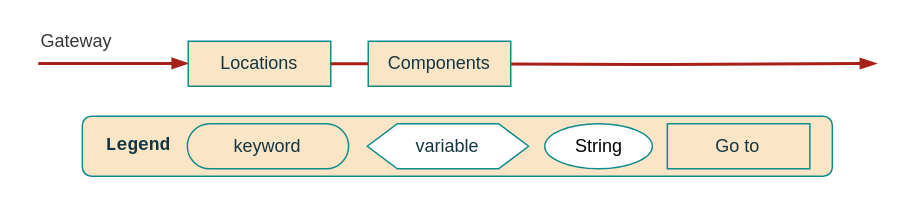
MrDahaniel/StarDuck keeps this draw.io diagram as 3. Proyecto/metamodel/Railroad Base.drawio. Above is the earlier version. Source tidied: cells renumbered, new cells numbered last; positions are measured from the earlier drawing's top-left corner, leaving out a move shared by most shapes. Both pictures are drawn from the tidied source at 150%, with x=0, y=0 at pixel (38, 26).
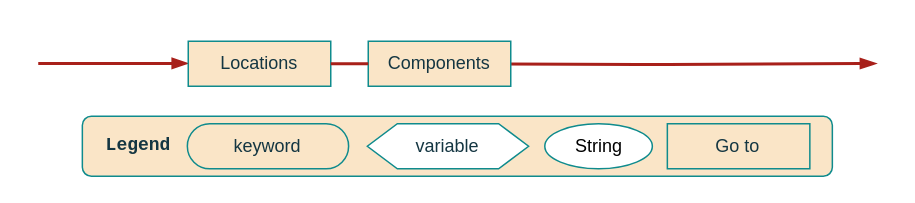
The same page after the edit.

The edit, as a diff of the source:
```diff
@@
 <mxGraphModel>
   <root>
     <mxCell id="0" />
     <mxCell id="1" parent="0" />
     <mxCell id="2" style="group;" parent="1" vertex="1">
       <mxGeometry x="29.4" y="60" width="500" height="40" as="geometry" />
     </mxCell>
     <mxCell id="3" value="&lt;b&gt;&amp;nbsp; Legend&lt;/b&gt;" style="text;html=1;align=left;verticalAlign=middle;whiteSpace=wrap;rounded=1;fontFamily=Courier New;perimeterSpacing=6;shadow=0;fillColor=#FAE5C7;fontColor=#143642;strokeColor=#0F8B8D;labelBackgroundColor=none;" parent="2" vertex="1">
       <mxGeometry width="500" height="40" as="geometry" />
     </mxCell>
     <mxCell id="4" value="String" style="ellipse;whiteSpace=wrap;html=1;rounded=1;labelBackgroundColor=none;strokeColor=#0F8B8D;fontFamily=Helvetica;fontSize=12;fontColor=default;fillColor=default;" parent="2" vertex="1">
       <mxGeometry x="308.3" y="5" width="71.7" height="30" as="geometry" />
     </mxCell>
     <mxCell id="5" value="variable" style="shape=hexagon;perimeter=hexagonPerimeter2;whiteSpace=wrap;html=1;fixedSize=1;strokeColor=#0F8B8D;fontColor=#143642;fillColor=default;" parent="2" vertex="1">
       <mxGeometry x="190" y="5" width="107.5" height="30" as="geometry" />
     </mxCell>
     <mxCell id="6" value="&lt;p&gt;keyword&lt;/p&gt;" style="rounded=1;whiteSpace=wrap;html=1;arcSize=50;fontStyle=0;fillColor=#FAE5C7;strokeColor=#0F8B8D;labelBackgroundColor=none;fontColor=#143642;" parent="2" vertex="1">
       <mxGeometry x="70" y="5" width="107.5" height="30" as="geometry" />
     </mxCell>
     <mxCell id="7" value="Go to" style="rounded=1;whiteSpace=wrap;html=1;strokeColor=#0F8B8D;fontFamily=Helvetica;fontSize=12;fontColor=#143642;fillColor=#FAE5C7;arcSize=0;fontStyle=0;shadow=0;labelBackgroundColor=none;" parent="2" vertex="1">
       <mxGeometry x="390" y="5" width="95" height="30" as="geometry" />
     </mxCell>
     <mxCell id="8" style="group;" parent="1" vertex="1">
       <mxGeometry width="558.8" height="40" as="geometry" />
     </mxCell>
-    <mxCell id="9" value="Gateway" style="text;html=1;strokeColor=none;fillColor=none;align=left;verticalAlign=middle;whiteSpace=wrap;rounded=0;fontSize=12;fontFamily=Helvetica;fontColor=#383838;" parent="8" vertex="1">
-      <mxGeometry width="100" height="20" as="geometry" />
-    </mxCell>
     <mxCell id="10" style="endArrow=blockThin;html=1;rounded=1;labelBackgroundColor=none;strokeColor=#A8201A;strokeWidth=2;fontFamily=Helvetica;fontSize=12;fontColor=default;shape=connector;endFill=1;align=left;" parent="8" edge="1">
       <mxGeometry relative="1" as="geometry">
         <mxPoint y="24.8" as="sourcePoint" />
         <mxPoint x="100" y="24.8" as="targetPoint" />
       </mxGeometry>
     </mxCell>
     <mxCell id="11" style="edgeStyle=orthogonalEdgeStyle;shape=connector;rounded=1;orthogonalLoop=1;jettySize=auto;html=1;labelBackgroundColor=none;strokeColor=#A8201A;strokeWidth=2;fontFamily=Helvetica;fontSize=12;fontColor=default;endArrow=blockThin;endFill=1;" parent="8" edge="1">
       <mxGeometry relative="1" as="geometry">
         <mxPoint x="260" y="25" as="sourcePoint" />
         <mxPoint x="558.8" y="24.8" as="targetPoint" />
       </mxGeometry>
     </mxCell>
     <mxCell id="12" value="Locations" style="rounded=1;whiteSpace=wrap;html=1;strokeColor=#0F8B8D;fontFamily=Helvetica;fontSize=12;fontColor=#143642;fillColor=#FAE5C7;arcSize=0;fontStyle=0;shadow=0;labelBackgroundColor=none;" parent="8" vertex="1">
       <mxGeometry x="100" y="10" width="95" height="30" as="geometry" />
     </mxCell>
     <mxCell id="13" value="Components" style="rounded=1;whiteSpace=wrap;html=1;strokeColor=#0F8B8D;fontFamily=Helvetica;fontSize=12;fontColor=#143642;fillColor=#FAE5C7;arcSize=0;fontStyle=0;shadow=0;labelBackgroundColor=none;" parent="8" vertex="1">
       <mxGeometry x="220" y="10" width="95" height="30" as="geometry" />
     </mxCell>
     <mxCell id="14" style="edgeStyle=orthogonalEdgeStyle;shape=connector;rounded=1;jettySize=auto;html=1;labelBackgroundColor=none;strokeColor=#A8201A;strokeWidth=2;fontFamily=Helvetica;fontSize=12;fontColor=default;endArrow=none;endFill=0;" parent="8" edge="1" source="12" target="13">
       <mxGeometry relative="1" as="geometry" />
     </mxCell>
   </root>
 </mxGraphModel>
```
